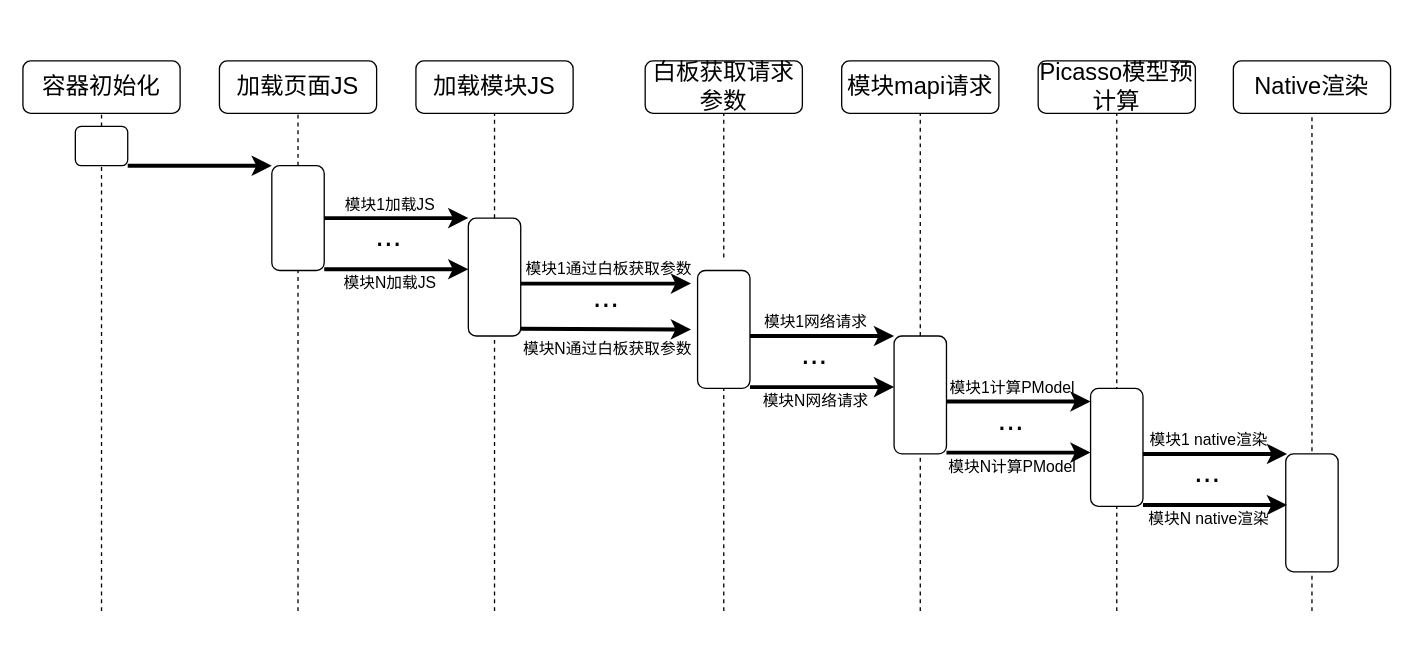
The draw.io diagram page "Page-1" (1 of 8) of 频道首页执行流程.drawio in hpk1994/shophome, before the edit. Source tidied: cells renumbered, new cells numbered last; positions are measured from the earlier drawing's top-left corner, leaving out a move shared by most shapes. Both pictures are drawn from the tidied source at 131%, with x=0, y=0 at pixel (22, 60).
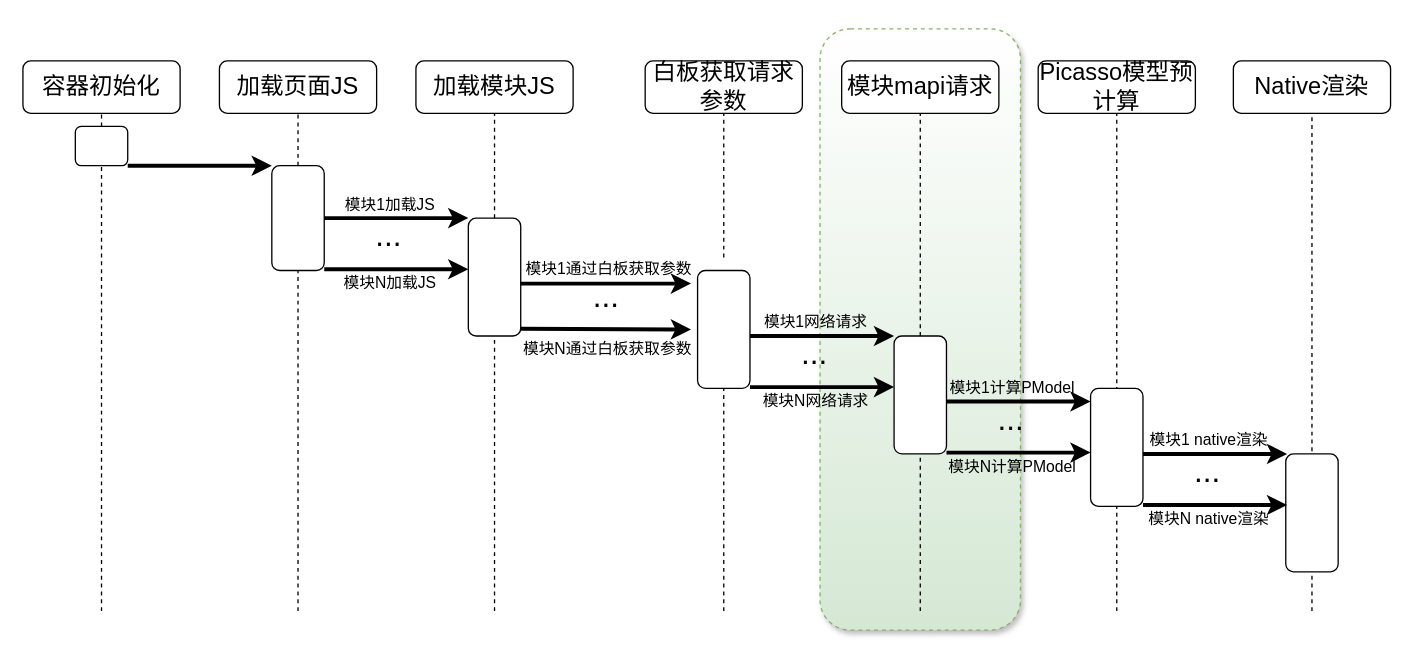
The same diagram, later.

Diff of the diagram source:
```diff
@@
+    <mxCell id="55" style="rounded=1;whiteSpace=wrap;html=1;shadow=1;dashed=1;strokeColor=#82b366;fontSize=16;fillColor=#d5e8d4;gradientDirection=north;gradientColor=#ffffff;" parent="1" vertex="1">
+      <mxGeometry x="608.5" y="-24.5" width="153" height="459" as="geometry" />
+    </mxCell>
```
